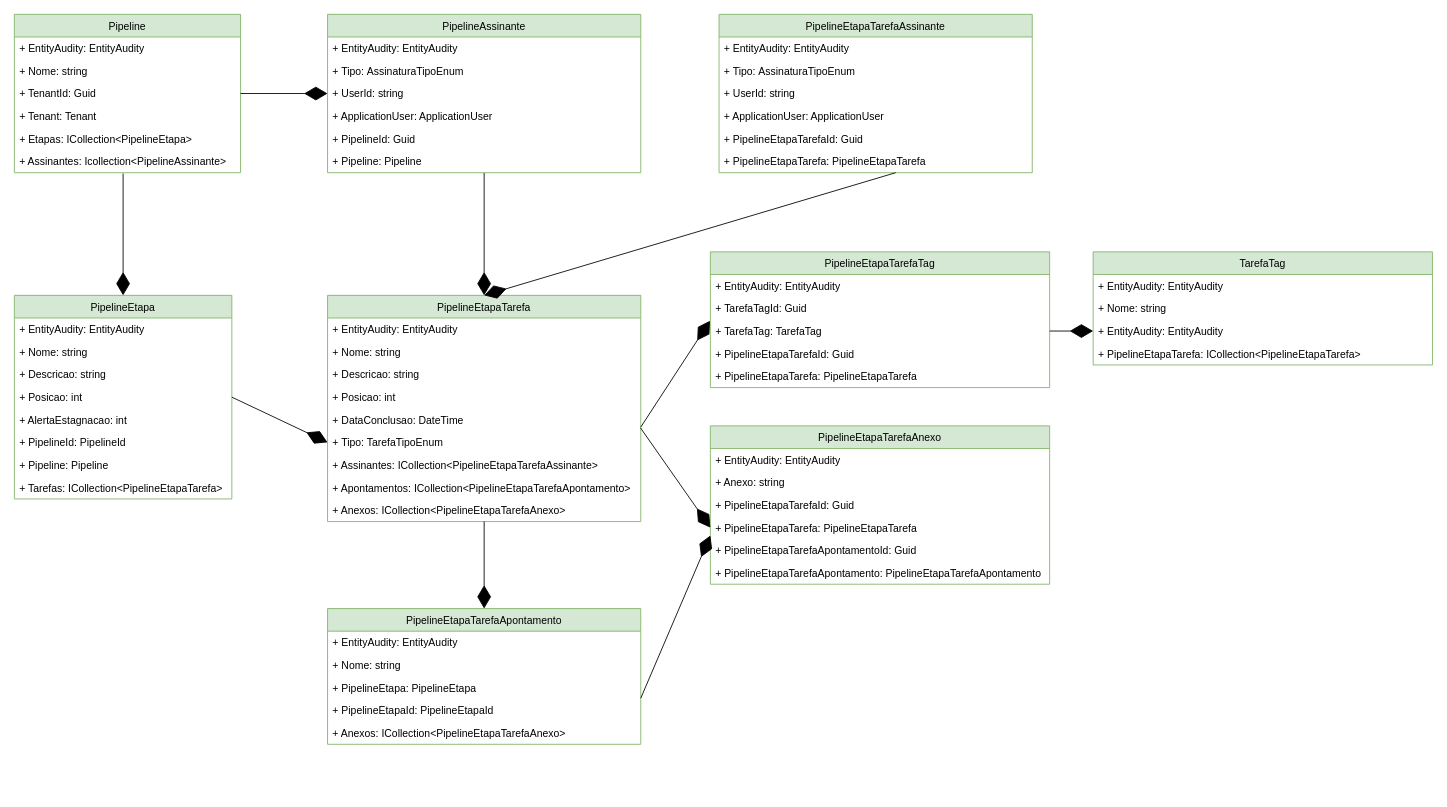
sigespweb22/boxapp-api keeps this draw.io diagram as docs/Composição entidade Pipeline e suas relações.drawio. Above is the earlier version. Source tidied: cells renumbered, new cells numbered last; positions are measured from the earlier drawing's top-left corner, leaving out a move shared by most shapes. Both pictures are drawn from the tidied source at 87%, with x=0, y=0 at pixel (14, 14).
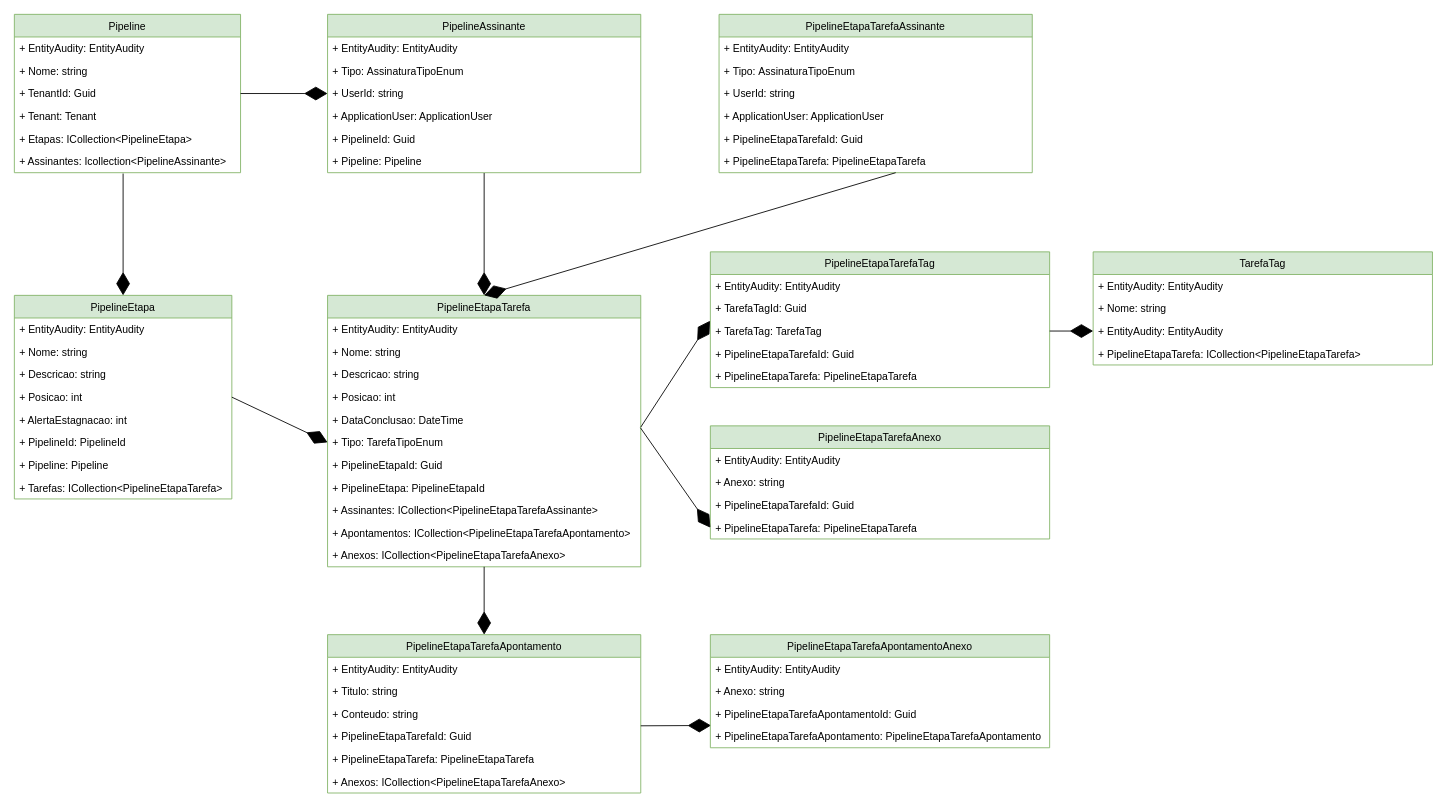
After the change.

The change refers to these unchanged cells:
```xml
<mxCell id="39" value="+ PipelineEtapaTarefa: PipelineEtapaTarefa" style="text;strokeColor=none;fillColor=none;align=left;verticalAlign=top;spacingLeft=4;spacingRight=4;overflow=hidden;points=[[0,0.5],[1,0.5]];portConstraint=eastwest;" parent="35" vertex="1">
  <mxGeometry y="104" width="390" height="26" as="geometry" />
</mxCell>
```

Diff of the diagram source:
```diff
@@
     <mxCell id="18" value="PipelineEtapaTarefa" style="swimlane;fontStyle=0;horizontal=1;startSize=26;fillColor=#d5e8d4;strokeColor=#82b366;" parent="1" vertex="1">
-      <mxGeometry x="360" y="323" width="360" height="260" as="geometry" />
+      <mxGeometry x="360" y="323" width="360" height="312" as="geometry" />
     </mxCell>
@@
+    <mxCell id="76" value="+ PipelineEtapaId: Guid" style="text;strokeColor=none;fillColor=none;align=left;verticalAlign=top;spacingLeft=4;spacingRight=4;overflow=hidden;" parent="18" vertex="1">
+      <mxGeometry y="182" width="360" height="26" as="geometry" />
+    </mxCell>
+    <mxCell id="77" value="+ PipelineEtapa: PipelineEtapaId" style="text;strokeColor=none;fillColor=none;align=left;verticalAlign=top;spacingLeft=4;spacingRight=4;overflow=hidden;" parent="18" vertex="1">
+      <mxGeometry y="208" width="360" height="26" as="geometry" />
+    </mxCell>
     <mxCell id="25" value="+ Assinantes: ICollection&lt;PipelineEtapaTarefaAssinante&gt;" style="text;strokeColor=none;fillColor=none;align=left;verticalAlign=top;spacingLeft=4;spacingRight=4;overflow=hidden;" parent="18" vertex="1">
-      <mxGeometry y="182" width="360" height="26" as="geometry" />
+      <mxGeometry y="234" width="360" height="26" as="geometry" />
     </mxCell>
     <mxCell id="26" value="+ Apontamentos: ICollection&lt;PipelineEtapaTarefaApontamento&gt;" style="text;strokeColor=none;fillColor=none;align=left;verticalAlign=top;spacingLeft=4;spacingRight=4;overflow=hidden;" parent="18" vertex="1">
-      <mxGeometry y="208" width="360" height="26" as="geometry" />
+      <mxGeometry y="260" width="360" height="26" as="geometry" />
     </mxCell>
     <mxCell id="27" value="+ Anexos: ICollection&lt;PipelineEtapaTarefaAnexo&gt;" style="text;strokeColor=none;fillColor=none;align=left;verticalAlign=top;spacingLeft=4;spacingRight=4;overflow=hidden;" parent="18" vertex="1">
-      <mxGeometry y="234" width="360" height="26" as="geometry" />
+      <mxGeometry y="286" width="360" height="26" as="geometry" />
     </mxCell>
@@
     <mxCell id="35" value="PipelineEtapaTarefaAnexo" style="swimlane;fontStyle=0;horizontal=1;startSize=26;fillColor=#d5e8d4;strokeColor=#82b366;" parent="1" vertex="1">
-      <mxGeometry x="800" y="473" width="390" height="182" as="geometry" />
+      <mxGeometry x="800" y="473" width="390" height="130" as="geometry" />
     </mxCell>
@@
-    <mxCell id="40" value="+ PipelineEtapaTarefaApontamentoId: Guid" style="text;strokeColor=none;fillColor=none;align=left;verticalAlign=top;spacingLeft=4;spacingRight=4;overflow=hidden;" parent="35" vertex="1">
-      <mxGeometry y="130" width="390" height="26" as="geometry" />
-    </mxCell>
-    <mxCell id="41" value="+ PipelineEtapaTarefaApontamento: PipelineEtapaTarefaApontamento" style="text;strokeColor=none;fillColor=none;align=left;verticalAlign=top;spacingLeft=4;spacingRight=4;overflow=hidden;points=[[0,0.5],[1,0.5]];portConstraint=eastwest;" parent="35" vertex="1">
-      <mxGeometry y="156" width="390" height="26" as="geometry" />
-    </mxCell>
     <mxCell id="42" value="PipelineEtapaTarefaApontamento" style="swimlane;fontStyle=0;horizontal=1;startSize=26;fillColor=#d5e8d4;strokeColor=#82b366;" parent="1" vertex="1">
-      <mxGeometry x="360" y="683" width="360" height="156" as="geometry" />
+      <mxGeometry x="360" y="713" width="360" height="182" as="geometry" />
     </mxCell>
@@
+    <mxCell id="78" value="+ Titulo: string" style="text;strokeColor=none;fillColor=none;align=left;verticalAlign=top;spacingLeft=4;spacingRight=4;overflow=hidden;" parent="42" vertex="1">
+      <mxGeometry y="52" width="360" height="26" as="geometry" />
+    </mxCell>
-    <mxCell id="44" value="+ Nome: string" style="text;strokeColor=none;fillColor=none;align=left;verticalAlign=top;spacingLeft=4;spacingRight=4;overflow=hidden;" parent="42" vertex="1">
-      <mxGeometry y="52" width="360" height="26" as="geometry" />
+    <mxCell id="44" value="+ Conteudo: string" style="text;strokeColor=none;fillColor=none;align=left;verticalAlign=top;spacingLeft=4;spacingRight=4;overflow=hidden;" parent="42" vertex="1">
+      <mxGeometry y="78" width="360" height="26" as="geometry" />
     </mxCell>
-    <mxCell id="45" value="+ PipelineEtapa: PipelineEtapa" style="text;strokeColor=none;fillColor=none;align=left;verticalAlign=top;spacingLeft=4;spacingRight=4;overflow=hidden;points=[[0,0.5],[1,0.5]];portConstraint=eastwest;" parent="42" vertex="1">
-      <mxGeometry y="78" width="360" height="26" as="geometry" />
+    <mxCell id="45" value="+ PipelineEtapaTarefaId: Guid" style="text;strokeColor=none;fillColor=none;align=left;verticalAlign=top;spacingLeft=4;spacingRight=4;overflow=hidden;points=[[0,0.5],[1,0.5]];portConstraint=eastwest;" parent="42" vertex="1">
+      <mxGeometry y="104" width="360" height="26" as="geometry" />
     </mxCell>
-    <mxCell id="46" value="+ PipelineEtapaId: PipelineEtapaId" style="text;strokeColor=none;fillColor=none;align=left;verticalAlign=top;spacingLeft=4;spacingRight=4;overflow=hidden;" parent="42" vertex="1">
-      <mxGeometry y="104" width="360" height="26" as="geometry" />
+    <mxCell id="46" value="+ PipelineEtapaTarefa: PipelineEtapaTarefa" style="text;strokeColor=none;fillColor=none;align=left;verticalAlign=top;spacingLeft=4;spacingRight=4;overflow=hidden;" parent="42" vertex="1">
+      <mxGeometry y="130" width="360" height="26" as="geometry" />
     </mxCell>
     <mxCell id="47" value="+ Anexos: ICollection&lt;PipelineEtapaTarefaAnexo&gt;" style="text;strokeColor=none;fillColor=none;align=left;verticalAlign=top;spacingLeft=4;spacingRight=4;overflow=hidden;" parent="42" vertex="1">
-      <mxGeometry y="130" width="360" height="26" as="geometry" />
+      <mxGeometry y="156" width="360" height="26" as="geometry" />
     </mxCell>
@@
-    <mxCell id="53" style="endArrow=diamondThin;endFill=1;endSize=24;html=1;rounded=0;exitX=1;exitY=0.964;exitDx=0;exitDy=0;entryX=0;entryY=0.846;entryDx=0;entryDy=0;entryPerimeter=0;exitPerimeter=0;" parent="1" edge="1" source="45" target="39">
+    <mxCell id="53" style="endArrow=diamondThin;endFill=1;endSize=24;html=1;rounded=0;exitX=1;exitY=0.029;exitDx=0;exitDy=0;entryX=0.002;entryY=0.015;entryDx=0;entryDy=0;entryPerimeter=0;exitPerimeter=0;" parent="1" edge="1" source="45" target="41">
       <mxGeometry relative="1" as="geometry" />
     </mxCell>
@@
+    <mxCell id="79" value="PipelineEtapaTarefaApontamentoAnexo" style="swimlane;fontStyle=0;horizontal=1;startSize=26;fillColor=#d5e8d4;strokeColor=#82b366;" parent="1" vertex="1">
+      <mxGeometry x="800" y="713" width="390" height="130" as="geometry" />
+    </mxCell>
+    <mxCell id="80" value="+ EntityAudity: EntityAudity" style="text;strokeColor=none;fillColor=none;align=left;verticalAlign=top;spacingLeft=4;spacingRight=4;overflow=hidden;" parent="79" vertex="1">
+      <mxGeometry y="26" width="390" height="26" as="geometry" />
+    </mxCell>
+    <mxCell id="81" value="+ Anexo: string" style="text;strokeColor=none;fillColor=none;align=left;verticalAlign=top;spacingLeft=4;spacingRight=4;overflow=hidden;" parent="79" vertex="1">
+      <mxGeometry y="52" width="390" height="26" as="geometry" />
+    </mxCell>
+    <mxCell id="40" value="+ PipelineEtapaTarefaApontamentoId: Guid" style="text;strokeColor=none;fillColor=none;align=left;verticalAlign=top;spacingLeft=4;spacingRight=4;overflow=hidden;" parent="79" vertex="1">
+      <mxGeometry y="78" width="390" height="26" as="geometry" />
+    </mxCell>
+    <mxCell id="41" value="+ PipelineEtapaTarefaApontamento: PipelineEtapaTarefaApontamento" style="text;strokeColor=none;fillColor=none;align=left;verticalAlign=top;spacingLeft=4;spacingRight=4;overflow=hidden;points=[[0,0.5],[1,0.5]];portConstraint=eastwest;" parent="79" vertex="1">
+      <mxGeometry y="104" width="390" height="26" as="geometry" />
+    </mxCell>
```
